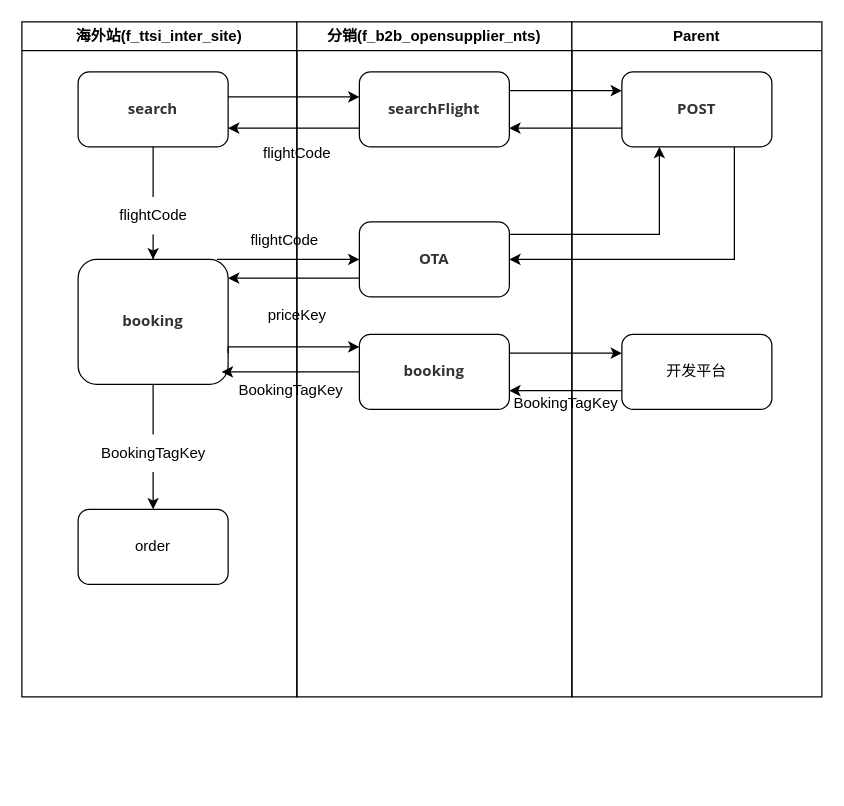
Before: qunar/海外站-分销泳道图.drawio in cy22-y/qunar, a draw.io diagram. Source tidied: cells renumbered, new cells numbered last; positions are measured from the earlier drawing's top-left corner, leaving out a move shared by most shapes. Both pictures are drawn from the tidied source at 125%, with x=0, y=0 at pixel (21, 21).
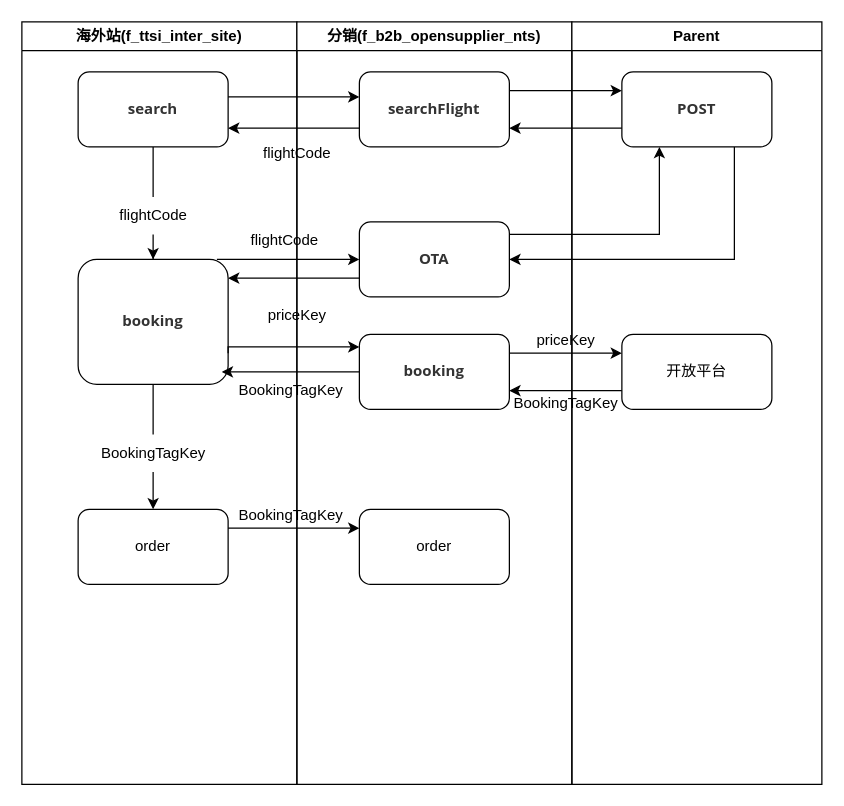
The same page after the edit.

Commit message:
更新海外站-分销泳道图.drawio

The change refers to these unchanged cells:
```xml
<mxCell id="10" value="order" style="rounded=1;whiteSpace=wrap;html=1;" parent="2" vertex="1">
  <mxGeometry x="45" y="390" width="120" height="60" as="geometry" />
</mxCell>
```

Change to the diagram source:
```diff
@@
     <mxCell id="2" value="海外站(f_ttsi_inter_site)" style="swimlane;whiteSpace=wrap;html=1;" parent="1" vertex="1">
-      <mxGeometry width="220" height="540" as="geometry" />
+      <mxGeometry width="220" height="610" as="geometry" />
     </mxCell>
@@
     <mxCell id="13" value="分销(f_b2b_opensupplier_nts)" style="swimlane;whiteSpace=wrap;html=1;" parent="1" vertex="1">
-      <mxGeometry x="220" width="220" height="540" as="geometry" />
+      <mxGeometry x="220" width="220" height="610" as="geometry" />
     </mxCell>
@@
+    <mxCell id="36" value="order" style="rounded=1;whiteSpace=wrap;html=1;" parent="13" vertex="1">
+      <mxGeometry x="50" y="390" width="120" height="60" as="geometry" />
+    </mxCell>
+    <mxCell id="37" value="BookingTagKey" style="text;html=1;align=center;verticalAlign=middle;strokeColor=none;fillColor=none;" parent="13" vertex="1">
+      <mxGeometry x="-60" y="380" width="110" height="30" as="geometry" />
+    </mxCell>
     <mxCell id="21" value="Parent" style="swimlane;whiteSpace=wrap;html=1;" parent="1" vertex="1">
-      <mxGeometry x="440" width="200" height="540" as="geometry" />
+      <mxGeometry x="440" width="200" height="610" as="geometry" />
     </mxCell>
@@
-    <mxCell id="23" value="开发平台" style="rounded=1;whiteSpace=wrap;html=1;" parent="21" vertex="1">
+    <mxCell id="23" value="开放平台" style="rounded=1;whiteSpace=wrap;html=1;" parent="21" vertex="1">
       <mxGeometry x="40" y="250" width="120" height="60" as="geometry" />
     </mxCell>
+    <mxCell id="38" value="priceKey" style="text;html=1;align=center;verticalAlign=middle;strokeColor=none;fillColor=none;" parent="21" vertex="1">
+      <mxGeometry x="-40" y="240" width="70" height="30" as="geometry" />
+    </mxCell>
@@
+    <mxCell id="39" style="edgeStyle=orthogonalEdgeStyle;rounded=0;jettySize=auto;html=1;exitX=1;exitY=0.25;exitDx=0;exitDy=0;entryX=0;entryY=0.25;entryDx=0;entryDy=0;" parent="1" edge="1" source="10" target="36">
+      <mxGeometry relative="1" as="geometry" />
+    </mxCell>
```
